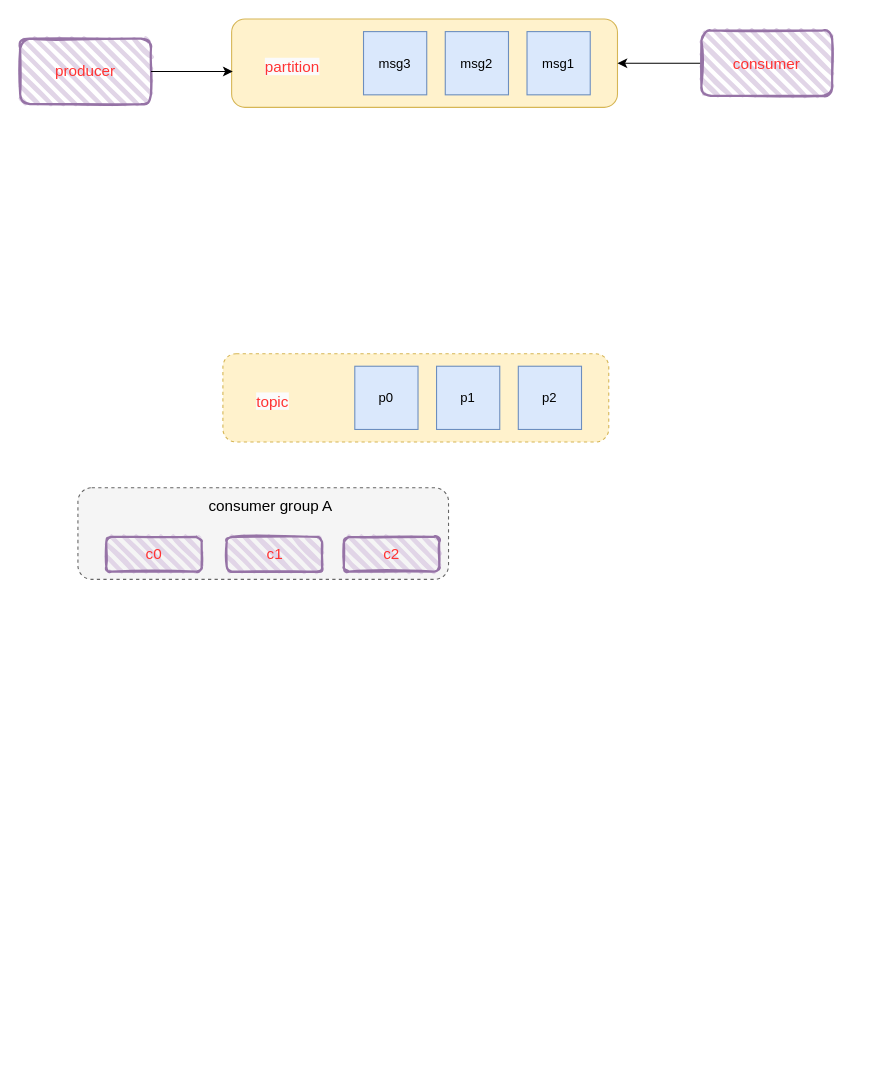
The draw.io diagram page "第 2 页" (2 of 5) of 未命名绘图.drawio in qinlizhong1/C, before the edit. Source tidied: cells renumbered, new cells numbered last; positions are measured from the earlier drawing's top-left corner, leaving out a move shared by most shapes. Both pictures are drawn from the tidied source at 109%, with x=0, y=0 at pixel (20, 19).
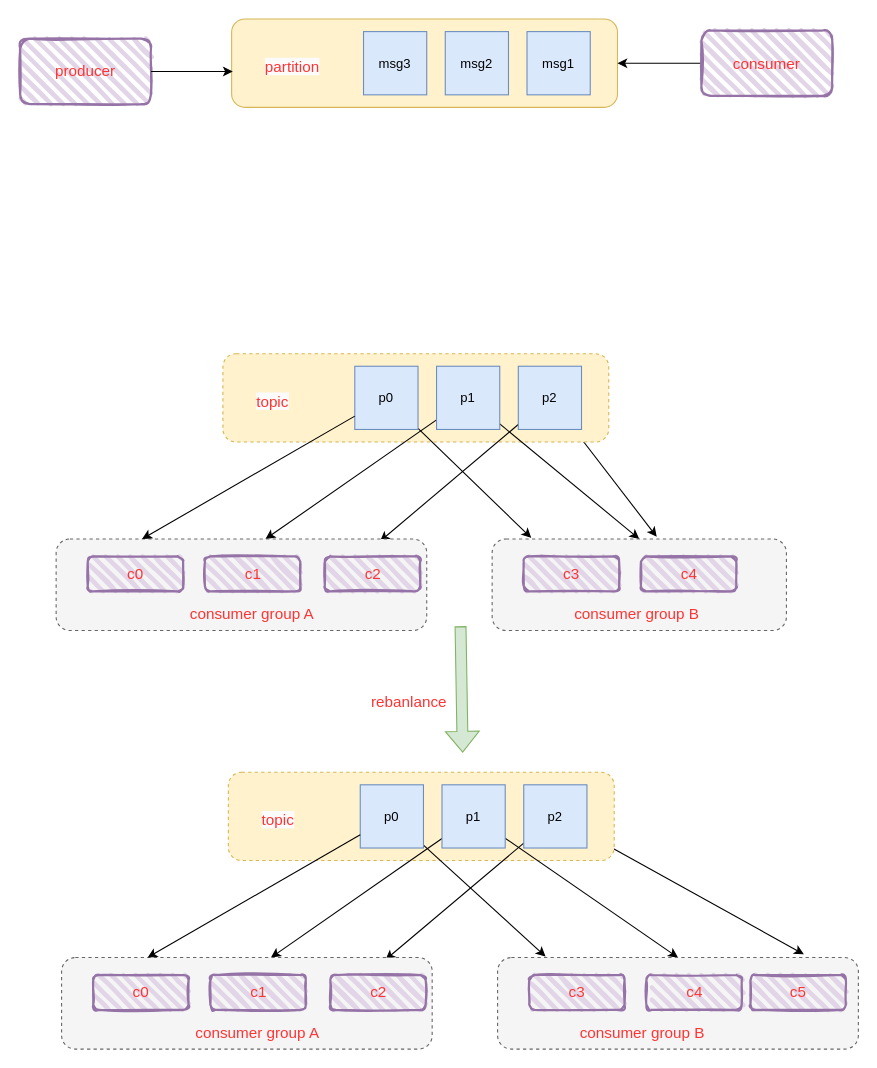
After the change.

The change refers to these unchanged cells:
```xml
<mxCell id="12" value="p2" style="whiteSpace=wrap;html=1;fillColor=#dae8fc;strokeColor=#6c8ebf;" parent="1" vertex="1">
  <mxGeometry x="457" y="318.5" width="58" height="58" as="geometry" />
</mxCell>
<mxCell id="13" value="p1" style="whiteSpace=wrap;html=1;fillColor=#dae8fc;strokeColor=#6c8ebf;" parent="1" vertex="1">
  <mxGeometry x="382" y="318.5" width="58" height="58" as="geometry" />
</mxCell>
<mxCell id="14" value="p0" style="whiteSpace=wrap;html=1;fillColor=#dae8fc;strokeColor=#6c8ebf;" parent="1" vertex="1">
  <mxGeometry x="307" y="318.5" width="58" height="58" as="geometry" />
</mxCell>
```

What changed in the source:
```diff
@@
+    <mxCell id="21" style="rounded=0;jettySize=auto;html=1;" parent="1" edge="1" source="12">
+      <mxGeometry relative="1" as="geometry">
+        <mxPoint x="584" y="475" as="targetPoint" />
+      </mxGeometry>
+    </mxCell>
@@
+    <mxCell id="22" style="rounded=0;jettySize=auto;html=1;entryX=0.874;entryY=0.024;entryDx=0;entryDy=0;entryPerimeter=0;" parent="1" edge="1" source="12" target="16">
+      <mxGeometry relative="1" as="geometry" />
+    </mxCell>
@@
+    <mxCell id="23" style="rounded=0;jettySize=auto;html=1;entryX=0.565;entryY=0;entryDx=0;entryDy=0;entryPerimeter=0;" parent="1" edge="1" source="13" target="16">
+      <mxGeometry relative="1" as="geometry" />
+    </mxCell>
+    <mxCell id="24" style="rounded=0;jettySize=auto;html=1;entryX=0.5;entryY=0;entryDx=0;entryDy=0;" parent="1" edge="1" source="13" target="27">
+      <mxGeometry relative="1" as="geometry" />
+    </mxCell>
@@
+    <mxCell id="25" style="rounded=0;jettySize=auto;html=1;entryX=0.133;entryY=-0.012;entryDx=0;entryDy=0;entryPerimeter=0;" parent="1" edge="1" source="14" target="27">
+      <mxGeometry relative="1" as="geometry" />
+    </mxCell>
@@
     <mxCell id="16" style="rounded=1;whiteSpace=wrap;html=1;dashed=1;fillColor=#f5f5f5;fontColor=#333333;strokeColor=#666666;" parent="1" vertex="1">
-      <mxGeometry x="53" y="430" width="340" height="84" as="geometry" />
+      <mxGeometry x="33" y="477" width="340" height="84" as="geometry" />
     </mxCell>
     <mxCell id="17" value="&lt;font color=&quot;#ff3333&quot; style=&quot;font-size: 14px;&quot;&gt;c0&lt;/font&gt;" style="rounded=1;whiteSpace=wrap;html=1;strokeWidth=2;fillWeight=4;hachureGap=8;hachureAngle=45;fillColor=#e1d5e7;sketch=1;strokeColor=#9673a6;" parent="1" vertex="1">
-      <mxGeometry x="79" y="475" width="87.5" height="32" as="geometry" />
+      <mxGeometry x="62" y="493" width="87.5" height="32" as="geometry" />
     </mxCell>
     <mxCell id="18" value="&lt;font color=&quot;#ff3333&quot; style=&quot;font-size: 14px;&quot;&gt;c1&lt;/font&gt;" style="rounded=1;whiteSpace=wrap;html=1;strokeWidth=2;fillWeight=4;hachureGap=8;hachureAngle=45;fillColor=#e1d5e7;sketch=1;strokeColor=#9673a6;" parent="1" vertex="1">
-      <mxGeometry x="189.5" y="475" width="87.5" height="32" as="geometry" />
+      <mxGeometry x="169.5" y="493" width="87.5" height="32" as="geometry" />
     </mxCell>
     <mxCell id="19" value="&lt;font color=&quot;#ff3333&quot; style=&quot;font-size: 14px;&quot;&gt;c2&lt;/font&gt;" style="rounded=1;whiteSpace=wrap;html=1;strokeWidth=2;fillWeight=4;hachureGap=8;hachureAngle=45;fillColor=#e1d5e7;sketch=1;strokeColor=#9673a6;" parent="1" vertex="1">
-      <mxGeometry x="297" y="475" width="87.5" height="32" as="geometry" />
+      <mxGeometry x="279.5" y="493" width="87.5" height="32" as="geometry" />
     </mxCell>
-    <mxCell id="20" value="&lt;font style=&quot;font-size: 14px;&quot;&gt;consumer group A&lt;/font&gt;" style="text;html=1;align=center;verticalAlign=middle;whiteSpace=wrap;rounded=0;" parent="1" vertex="1">
-      <mxGeometry x="166.5" y="432" width="126" height="30" as="geometry" />
+    <mxCell id="20" value="&lt;font color=&quot;#ff3333&quot; style=&quot;font-size: 14px;&quot;&gt;consumer group A&lt;/font&gt;" style="text;html=1;align=center;verticalAlign=middle;whiteSpace=wrap;rounded=0;" parent="1" vertex="1">
+      <mxGeometry x="149.5" y="531" width="126" height="30" as="geometry" />
     </mxCell>
+    <mxCell id="26" style="rounded=0;jettySize=auto;html=1;entryX=0.232;entryY=0;entryDx=0;entryDy=0;entryPerimeter=0;" parent="1" edge="1" source="14" target="16">
+      <mxGeometry relative="1" as="geometry" />
+    </mxCell>
+    <mxCell id="27" style="rounded=1;whiteSpace=wrap;html=1;dashed=1;fillColor=#f5f5f5;fontColor=#333333;strokeColor=#666666;" parent="1" vertex="1">
+      <mxGeometry x="433" y="477" width="270" height="84" as="geometry" />
+    </mxCell>
+    <mxCell id="28" value="&lt;font color=&quot;#ff3333&quot; style=&quot;font-size: 14px;&quot;&gt;c3&lt;/font&gt;" style="rounded=1;whiteSpace=wrap;html=1;strokeWidth=2;fillWeight=4;hachureGap=8;hachureAngle=45;fillColor=#e1d5e7;sketch=1;strokeColor=#9673a6;" parent="1" vertex="1">
+      <mxGeometry x="462" y="493" width="87.5" height="32" as="geometry" />
+    </mxCell>
+    <mxCell id="29" value="&lt;font color=&quot;#ff3333&quot; style=&quot;font-size: 14px;&quot;&gt;c4&lt;/font&gt;" style="rounded=1;whiteSpace=wrap;html=1;strokeWidth=2;fillWeight=4;hachureGap=8;hachureAngle=45;fillColor=#e1d5e7;sketch=1;strokeColor=#9673a6;" parent="1" vertex="1">
+      <mxGeometry x="569.5" y="493" width="87.5" height="32" as="geometry" />
+    </mxCell>
+    <mxCell id="30" value="&lt;font color=&quot;#ff3333&quot; style=&quot;font-size: 14px;&quot;&gt;consumer group B&lt;/font&gt;" style="text;html=1;align=center;verticalAlign=middle;whiteSpace=wrap;rounded=0;" parent="1" vertex="1">
+      <mxGeometry x="503" y="531" width="126" height="30" as="geometry" />
+    </mxCell>
+    <mxCell id="31" style="rounded=0;jettySize=auto;html=1;entryX=0.849;entryY=-0.036;entryDx=0;entryDy=0;entryPerimeter=0;" parent="1" edge="1" source="34" target="47">
+      <mxGeometry relative="1" as="geometry" />
+    </mxCell>
+    <mxCell id="32" style="rounded=1;whiteSpace=wrap;html=1;fillColor=#fff2cc;strokeColor=#d6b656;dashed=1;" parent="1" vertex="1">
+      <mxGeometry x="191" y="691" width="354" height="81" as="geometry" />
+    </mxCell>
+    <mxCell id="33" style="rounded=0;jettySize=auto;html=1;entryX=0.874;entryY=0.024;entryDx=0;entryDy=0;entryPerimeter=0;" parent="1" edge="1" source="34" target="41">
+      <mxGeometry relative="1" as="geometry" />
+    </mxCell>
+    <mxCell id="34" value="p2" style="whiteSpace=wrap;html=1;fillColor=#dae8fc;strokeColor=#6c8ebf;" parent="1" vertex="1">
+      <mxGeometry x="462" y="702.5" width="58" height="58" as="geometry" />
+    </mxCell>
+    <mxCell id="35" style="rounded=0;jettySize=auto;html=1;entryX=0.565;entryY=0;entryDx=0;entryDy=0;entryPerimeter=0;" parent="1" edge="1" source="37" target="41">
+      <mxGeometry relative="1" as="geometry" />
+    </mxCell>
+    <mxCell id="36" style="rounded=0;jettySize=auto;html=1;entryX=0.5;entryY=0;entryDx=0;entryDy=0;" parent="1" edge="1" source="37" target="47">
+      <mxGeometry relative="1" as="geometry" />
+    </mxCell>
+    <mxCell id="37" value="p1" style="whiteSpace=wrap;html=1;fillColor=#dae8fc;strokeColor=#6c8ebf;" parent="1" vertex="1">
+      <mxGeometry x="387" y="702.5" width="58" height="58" as="geometry" />
+    </mxCell>
+    <mxCell id="38" style="rounded=0;jettySize=auto;html=1;entryX=0.133;entryY=-0.012;entryDx=0;entryDy=0;entryPerimeter=0;" parent="1" edge="1" source="39" target="47">
+      <mxGeometry relative="1" as="geometry" />
+    </mxCell>
+    <mxCell id="39" value="p0" style="whiteSpace=wrap;html=1;fillColor=#dae8fc;strokeColor=#6c8ebf;" parent="1" vertex="1">
+      <mxGeometry x="312" y="702.5" width="58" height="58" as="geometry" />
+    </mxCell>
+    <mxCell id="40" value="&lt;span style=&quot;color: rgb(255, 51, 51); font-family: Helvetica; font-size: 14px; font-style: normal; font-variant-ligatures: normal; font-variant-caps: normal; font-weight: 400; letter-spacing: normal; orphans: 2; text-align: center; text-indent: 0px; text-transform: none; widows: 2; word-spacing: 0px; -webkit-text-stroke-width: 0px; white-space: normal; background-color: rgb(251, 251, 251); text-decoration-thickness: initial; text-decoration-style: initial; text-decoration-color: initial; display: inline !important; float: none;&quot;&gt;topic&lt;/span&gt;" style="text;whiteSpace=wrap;html=1;" parent="1" vertex="1">
+      <mxGeometry x="220" y="719.5" width="89" height="39" as="geometry" />
+    </mxCell>
+    <mxCell id="41" style="rounded=1;whiteSpace=wrap;html=1;dashed=1;fillColor=#f5f5f5;fontColor=#333333;strokeColor=#666666;" parent="1" vertex="1">
+      <mxGeometry x="38" y="861" width="340" height="84" as="geometry" />
+    </mxCell>
+    <mxCell id="42" value="&lt;font color=&quot;#ff3333&quot; style=&quot;font-size: 14px;&quot;&gt;c0&lt;/font&gt;" style="rounded=1;whiteSpace=wrap;html=1;strokeWidth=2;fillWeight=4;hachureGap=8;hachureAngle=45;fillColor=#e1d5e7;sketch=1;strokeColor=#9673a6;" parent="1" vertex="1">
+      <mxGeometry x="67" y="877" width="87.5" height="32" as="geometry" />
+    </mxCell>
+    <mxCell id="43" value="&lt;font color=&quot;#ff3333&quot; style=&quot;font-size: 14px;&quot;&gt;c1&lt;/font&gt;" style="rounded=1;whiteSpace=wrap;html=1;strokeWidth=2;fillWeight=4;hachureGap=8;hachureAngle=45;fillColor=#e1d5e7;sketch=1;strokeColor=#9673a6;" parent="1" vertex="1">
+      <mxGeometry x="174.5" y="877" width="87.5" height="32" as="geometry" />
+    </mxCell>
+    <mxCell id="44" value="&lt;font color=&quot;#ff3333&quot; style=&quot;font-size: 14px;&quot;&gt;c2&lt;/font&gt;" style="rounded=1;whiteSpace=wrap;html=1;strokeWidth=2;fillWeight=4;hachureGap=8;hachureAngle=45;fillColor=#e1d5e7;sketch=1;strokeColor=#9673a6;" parent="1" vertex="1">
+      <mxGeometry x="284.5" y="877" width="87.5" height="32" as="geometry" />
+    </mxCell>
+    <mxCell id="45" value="&lt;font color=&quot;#ff3333&quot; style=&quot;font-size: 14px;&quot;&gt;consumer group A&lt;/font&gt;" style="text;html=1;align=center;verticalAlign=middle;whiteSpace=wrap;rounded=0;" parent="1" vertex="1">
+      <mxGeometry x="154.5" y="915" width="126" height="30" as="geometry" />
+    </mxCell>
+    <mxCell id="46" style="rounded=0;jettySize=auto;html=1;entryX=0.232;entryY=0;entryDx=0;entryDy=0;entryPerimeter=0;" parent="1" edge="1" source="39" target="41">
+      <mxGeometry relative="1" as="geometry" />
+    </mxCell>
+    <mxCell id="47" style="rounded=1;whiteSpace=wrap;html=1;dashed=1;fillColor=#f5f5f5;fontColor=#333333;strokeColor=#666666;" parent="1" vertex="1">
+      <mxGeometry x="438" y="861" width="331" height="84" as="geometry" />
+    </mxCell>
+    <mxCell id="48" value="&lt;font color=&quot;#ff3333&quot; style=&quot;font-size: 14px;&quot;&gt;c3&lt;/font&gt;" style="rounded=1;whiteSpace=wrap;html=1;strokeWidth=2;fillWeight=4;hachureGap=8;hachureAngle=45;fillColor=#e1d5e7;sketch=1;strokeColor=#9673a6;" parent="1" vertex="1">
+      <mxGeometry x="467" y="877" width="87.5" height="32" as="geometry" />
+    </mxCell>
+    <mxCell id="49" value="&lt;font color=&quot;#ff3333&quot; style=&quot;font-size: 14px;&quot;&gt;c4&lt;/font&gt;" style="rounded=1;whiteSpace=wrap;html=1;strokeWidth=2;fillWeight=4;hachureGap=8;hachureAngle=45;fillColor=#e1d5e7;sketch=1;strokeColor=#9673a6;" parent="1" vertex="1">
+      <mxGeometry x="574.5" y="877" width="87.5" height="32" as="geometry" />
+    </mxCell>
+    <mxCell id="50" value="&lt;font color=&quot;#ff3333&quot; style=&quot;font-size: 14px;&quot;&gt;consumer group B&lt;/font&gt;" style="text;html=1;align=center;verticalAlign=middle;whiteSpace=wrap;rounded=0;" parent="1" vertex="1">
+      <mxGeometry x="508" y="915" width="126" height="30" as="geometry" />
+    </mxCell>
+    <mxCell id="51" value="&lt;font color=&quot;#ff3333&quot; style=&quot;font-size: 14px;&quot;&gt;c5&lt;/font&gt;" style="rounded=1;whiteSpace=wrap;html=1;strokeWidth=2;fillWeight=4;hachureGap=8;hachureAngle=45;fillColor=#e1d5e7;sketch=1;strokeColor=#9673a6;" parent="1" vertex="1">
+      <mxGeometry x="670" y="877" width="87.5" height="32" as="geometry" />
+    </mxCell>
+    <mxCell id="52" style="shape=flexArrow;endArrow=classic;html=1;rounded=0;fillColor=#d5e8d4;strokeColor=#82b366;" parent="1" edge="1">
+      <mxGeometry relative="1" as="geometry">
+        <mxPoint x="404" y="557" as="sourcePoint" />
+        <mxPoint x="406" y="673" as="targetPoint" />
+      </mxGeometry>
+    </mxCell>
+    <mxCell id="53" value="&lt;font color=&quot;#ff3333&quot; style=&quot;font-size: 14px;&quot;&gt;rebanlance&lt;/font&gt;" style="text;html=1;align=center;verticalAlign=middle;whiteSpace=wrap;rounded=0;" parent="1" vertex="1">
+      <mxGeometry x="327" y="612" width="60" height="30" as="geometry" />
+    </mxCell>
```
